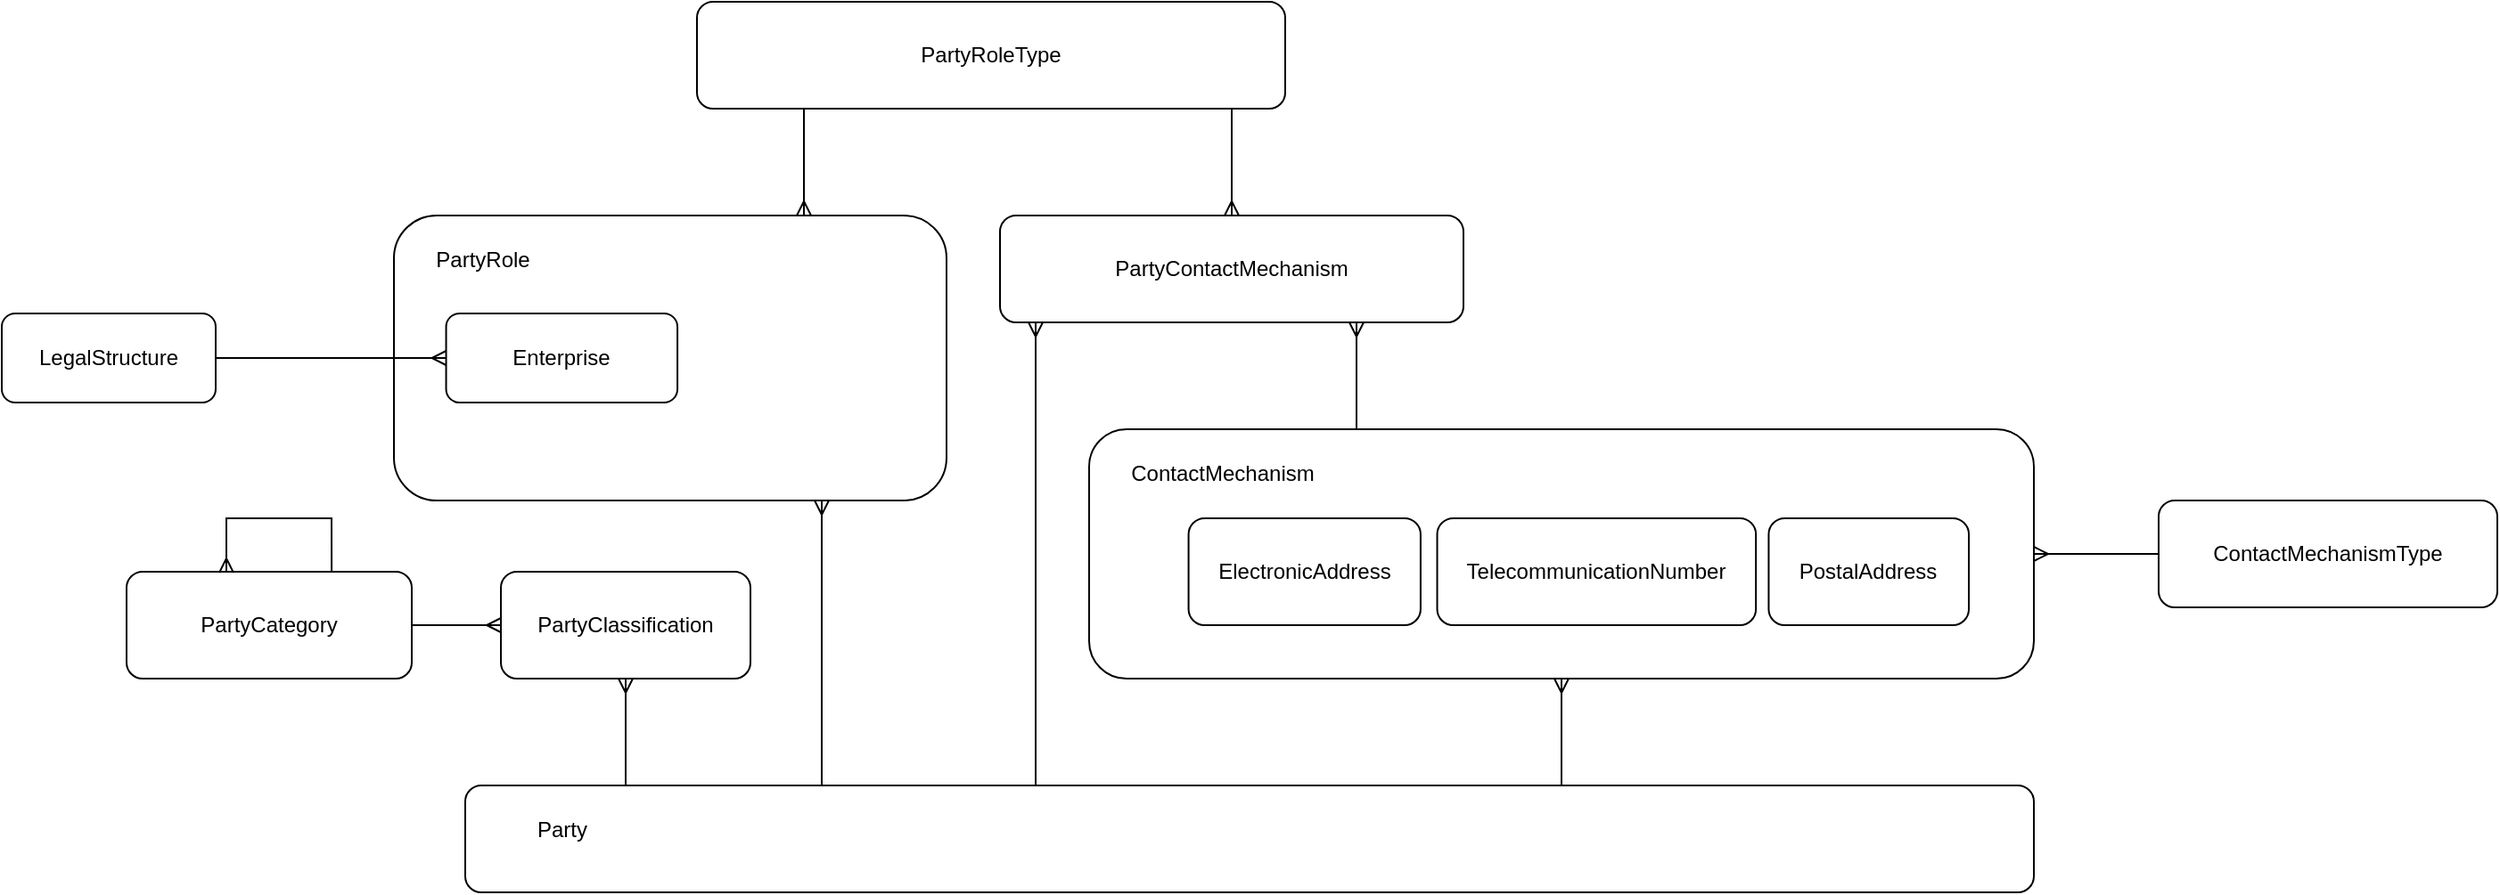
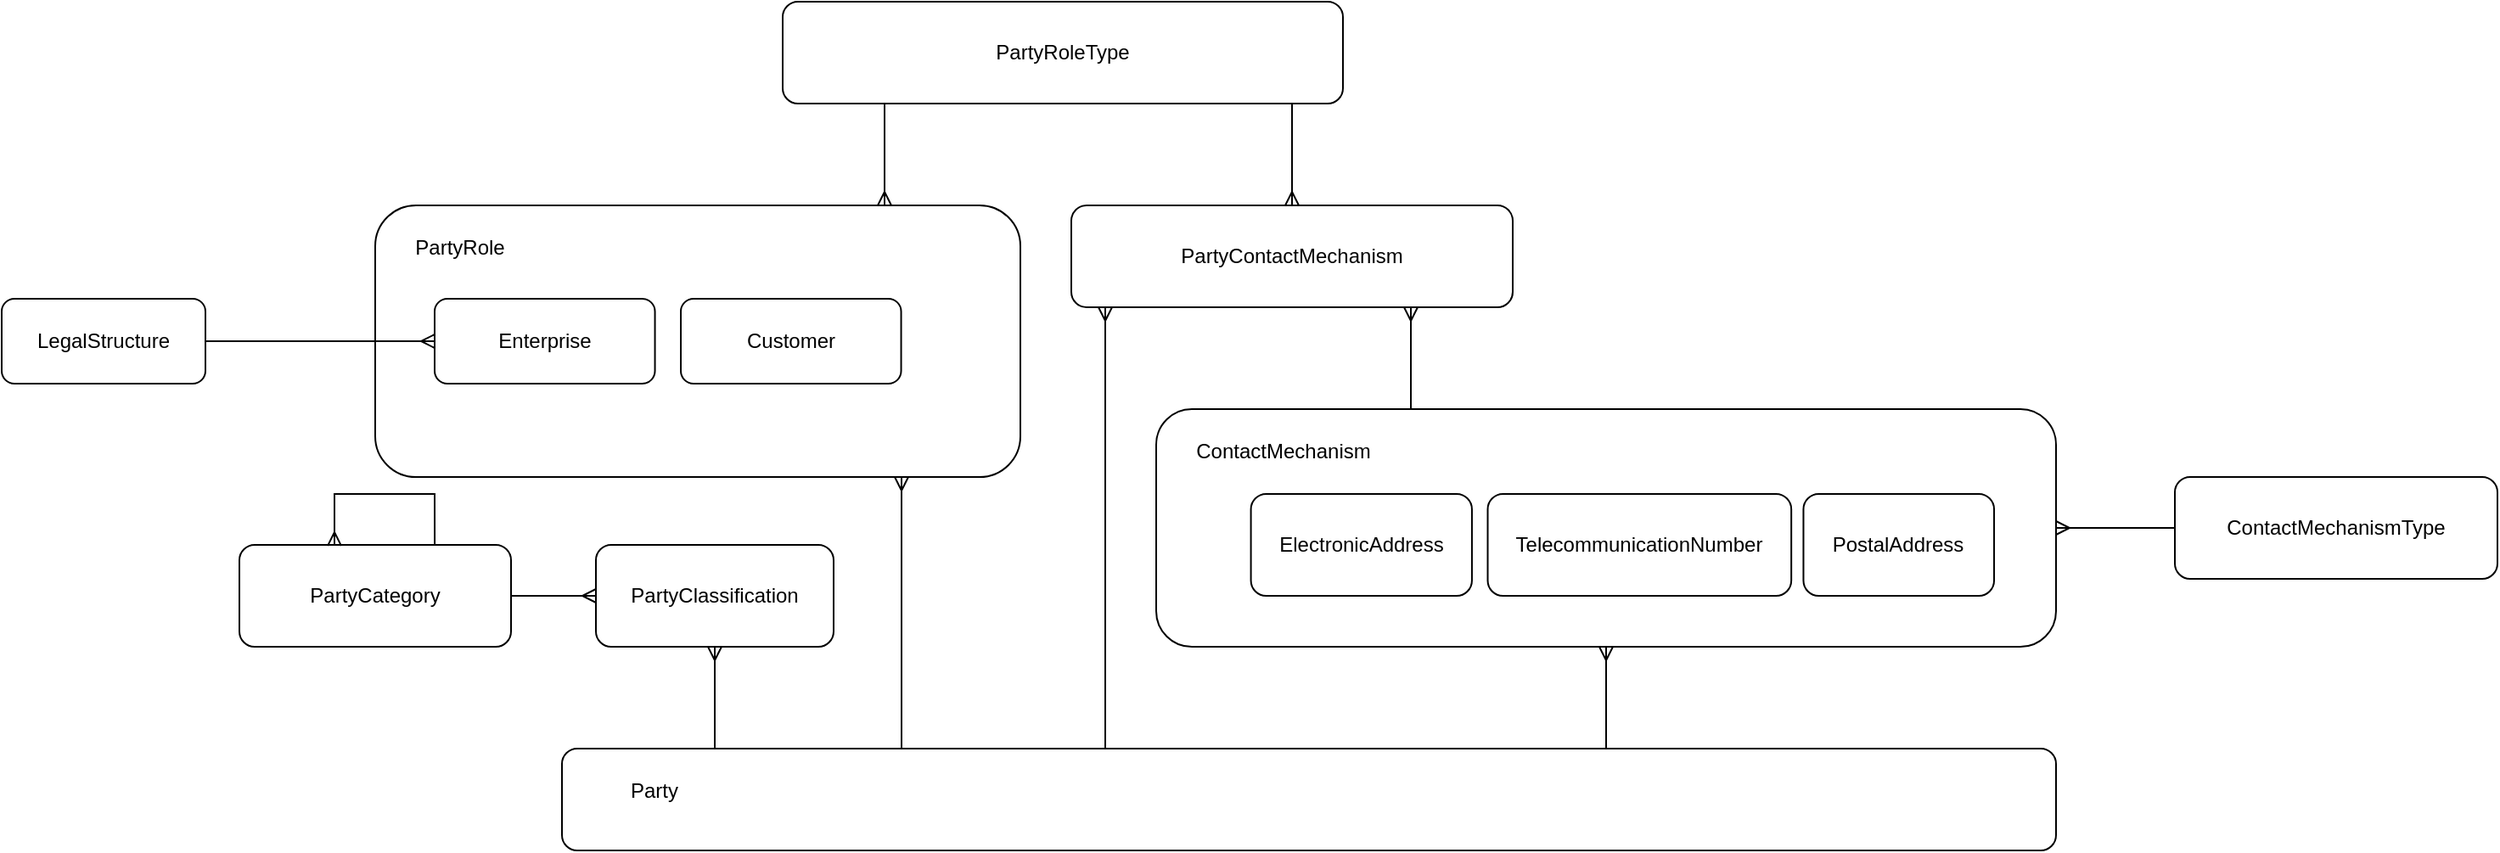
<mxfile host="app.diagrams.net" agent="Mozilla/5.0 (Windows NT 10.0; Win64; x64) AppleWebKit/537.36 (KHTML, like Gecko) Chrome/141.0.0.0 Safari/537.36" version="28.2.9">
  <diagram name="Page-1" id="d0nJ6Fx9cUZLMqGtfM0H">
-     <mxGraphModel dx="2076" dy="1832" grid="1" gridSize="10" guides="1" tooltips="1" connect="1" arrows="1" fold="1" page="1" pageScale="1" pageWidth="850" pageHeight="1100" math="0" shadow="0">
+     <mxGraphModel dx="2339" dy="1989" grid="1" gridSize="10" guides="1" tooltips="1" connect="1" arrows="1" fold="1" page="1" pageScale="1" pageWidth="850" pageHeight="1100" math="0" shadow="0">
      <root>
        <mxCell id="0" />
        <mxCell id="1" parent="0" />
        <mxCell id="tdPrWEJd15tEannaNgth-4" style="edgeStyle=orthogonalEdgeStyle;rounded=0;orthogonalLoop=1;jettySize=auto;html=1;startArrow=ERmany;startFill=0;endArrow=none;endFill=0;" edge="1" parent="1" source="tdPrWEJd15tEannaNgth-2" target="tdPrWEJd15tEannaNgth-3">
          <mxGeometry relative="1" as="geometry" />
        </mxCell>
        <mxCell id="tdPrWEJd15tEannaNgth-3" value="ContactMechanismType" style="rounded=1;whiteSpace=wrap;html=1;" vertex="1" parent="1">
          <mxGeometry x="600" y="250" width="190" height="60" as="geometry" />
        </mxCell>
        <mxCell id="tdPrWEJd15tEannaNgth-13" value="PartyRoleType" style="rounded=1;whiteSpace=wrap;html=1;" vertex="1" parent="1">
          <mxGeometry x="-220" y="-30" width="330" height="60" as="geometry" />
        </mxCell>
        <mxCell id="tdPrWEJd15tEannaNgth-14" style="edgeStyle=orthogonalEdgeStyle;rounded=0;orthogonalLoop=1;jettySize=auto;html=1;startArrow=ERmany;startFill=0;endArrow=none;endFill=0;" edge="1" parent="1" source="tdPrWEJd15tEannaNgth-15" target="tdPrWEJd15tEannaNgth-13">
          <mxGeometry relative="1" as="geometry">
            <mxPoint x="730" y="420" as="sourcePoint" />
            <mxPoint x="730" y="340" as="targetPoint" />
            <Array as="points">
              <mxPoint x="50" y="20" />
              <mxPoint x="50" y="20" />
            </Array>
          </mxGeometry>
        </mxCell>
        <mxCell id="tdPrWEJd15tEannaNgth-15" value="PartyContactMechanism" style="rounded=1;whiteSpace=wrap;html=1;" vertex="1" parent="1">
          <mxGeometry x="-50" y="90" width="260" height="60" as="geometry" />
        </mxCell>
        <mxCell id="tdPrWEJd15tEannaNgth-18" style="edgeStyle=orthogonalEdgeStyle;rounded=0;orthogonalLoop=1;jettySize=auto;html=1;startArrow=ERmany;startFill=0;endArrow=none;endFill=0;" edge="1" parent="1" source="tdPrWEJd15tEannaNgth-15">
          <mxGeometry relative="1" as="geometry">
            <mxPoint x="-30.00117647058829" y="130" as="sourcePoint" />
            <mxPoint x="-30.00117647058829" y="410" as="targetPoint" />
            <Array as="points">
              <mxPoint x="-30" y="210" />
              <mxPoint x="-30" y="210" />
            </Array>
          </mxGeometry>
        </mxCell>
        <mxCell id="tdPrWEJd15tEannaNgth-19" value="" style="group" vertex="1" connectable="0" parent="1">
          <mxGeometry y="210" width="530" height="140" as="geometry" />
        </mxCell>
        <mxCell id="tdPrWEJd15tEannaNgth-2" value="" style="rounded=1;whiteSpace=wrap;html=1;" vertex="1" parent="tdPrWEJd15tEannaNgth-19">
          <mxGeometry width="530" height="140" as="geometry" />
        </mxCell>
        <mxCell id="tdPrWEJd15tEannaNgth-5" value="ElectronicAddress" style="rounded=1;whiteSpace=wrap;html=1;" vertex="1" parent="tdPrWEJd15tEannaNgth-19">
          <mxGeometry x="55.78947368421052" y="50" width="130.17543859649123" height="60" as="geometry" />
        </mxCell>
        <mxCell id="tdPrWEJd15tEannaNgth-6" value="TelecommunicationNumber" style="rounded=1;whiteSpace=wrap;html=1;" vertex="1" parent="tdPrWEJd15tEannaNgth-19">
          <mxGeometry x="195.26315789473682" y="50" width="178.81456140350878" height="60" as="geometry" />
        </mxCell>
        <mxCell id="tdPrWEJd15tEannaNgth-7" value="ContactMechanism" style="text;html=1;whiteSpace=wrap;strokeColor=none;fillColor=none;align=center;verticalAlign=middle;rounded=0;" vertex="1" parent="tdPrWEJd15tEannaNgth-19">
          <mxGeometry x="27.896882591093107" y="10" width="94.41295546558705" height="30" as="geometry" />
        </mxCell>
        <mxCell id="tdPrWEJd15tEannaNgth-8" value="PostalAddress" style="rounded=1;whiteSpace=wrap;html=1;" vertex="1" parent="tdPrWEJd15tEannaNgth-19">
          <mxGeometry x="381.2280701754386" y="50" width="112.29491228070175" height="60" as="geometry" />
        </mxCell>
        <mxCell id="tdPrWEJd15tEannaNgth-20" style="edgeStyle=orthogonalEdgeStyle;rounded=0;orthogonalLoop=1;jettySize=auto;html=1;startArrow=ERmany;startFill=0;endArrow=none;endFill=0;" edge="1" parent="1" source="tdPrWEJd15tEannaNgth-15" target="tdPrWEJd15tEannaNgth-2">
          <mxGeometry relative="1" as="geometry">
            <mxPoint x="370" y="120" as="sourcePoint" />
            <mxPoint x="370" y="430" as="targetPoint" />
            <Array as="points">
              <mxPoint x="150" y="160" />
              <mxPoint x="150" y="160" />
            </Array>
          </mxGeometry>
        </mxCell>
        <mxCell id="tdPrWEJd15tEannaNgth-21" style="edgeStyle=orthogonalEdgeStyle;rounded=0;orthogonalLoop=1;jettySize=auto;html=1;startArrow=ERmany;startFill=0;endArrow=none;endFill=0;" edge="1" parent="1" source="tdPrWEJd15tEannaNgth-2" target="tdPrWEJd15tEannaNgth-1">
          <mxGeometry relative="1" as="geometry">
            <mxPoint x="240" y="400" as="sourcePoint" />
            <mxPoint x="240" y="470" as="targetPoint" />
            <Array as="points">
              <mxPoint x="305" y="420" />
              <mxPoint x="305" y="420" />
            </Array>
          </mxGeometry>
        </mxCell>
        <mxCell id="tdPrWEJd15tEannaNgth-22" value="LegalStructure" style="rounded=1;whiteSpace=wrap;html=1;" vertex="1" parent="1">
-           <mxGeometry x="-610" y="145" width="120" height="50" as="geometry" />
+           <mxGeometry x="-680" y="145" width="120" height="50" as="geometry" />
        </mxCell>
        <mxCell id="tdPrWEJd15tEannaNgth-27" value="PartyClassification" style="rounded=1;whiteSpace=wrap;html=1;" vertex="1" parent="1">
          <mxGeometry x="-330" y="290" width="140" height="60" as="geometry" />
        </mxCell>
        <mxCell id="tdPrWEJd15tEannaNgth-28" value="PartyCategory" style="rounded=1;whiteSpace=wrap;html=1;" vertex="1" parent="1">
          <mxGeometry x="-540" y="290" width="160" height="60" as="geometry" />
        </mxCell>
        <mxCell id="tdPrWEJd15tEannaNgth-31" style="edgeStyle=orthogonalEdgeStyle;rounded=0;orthogonalLoop=1;jettySize=auto;html=1;startArrow=ERmany;startFill=0;endArrow=none;endFill=0;" edge="1" parent="1" source="tdPrWEJd15tEannaNgth-27" target="tdPrWEJd15tEannaNgth-1">
          <mxGeometry relative="1" as="geometry">
            <mxPoint x="-260" y="180" as="sourcePoint" />
            <mxPoint x="-260" y="250" as="targetPoint" />
            <Array as="points">
              <mxPoint x="-260" y="370" />
              <mxPoint x="-260" y="370" />
            </Array>
          </mxGeometry>
        </mxCell>
        <mxCell id="tdPrWEJd15tEannaNgth-32" style="edgeStyle=orthogonalEdgeStyle;rounded=0;orthogonalLoop=1;jettySize=auto;html=1;startArrow=ERmany;startFill=0;endArrow=none;endFill=0;" edge="1" parent="1" source="tdPrWEJd15tEannaNgth-27" target="tdPrWEJd15tEannaNgth-28">
          <mxGeometry relative="1" as="geometry">
            <mxPoint x="-230" y="200" as="sourcePoint" />
            <mxPoint x="-230" y="270" as="targetPoint" />
            <Array as="points" />
          </mxGeometry>
        </mxCell>
        <mxCell id="tdPrWEJd15tEannaNgth-33" style="edgeStyle=orthogonalEdgeStyle;rounded=0;orthogonalLoop=1;jettySize=auto;html=1;startArrow=ERmany;startFill=0;endArrow=none;endFill=0;exitX=0.35;exitY=0.009;exitDx=0;exitDy=0;exitPerimeter=0;entryX=0.719;entryY=0;entryDx=0;entryDy=0;entryPerimeter=0;" edge="1" parent="1" source="tdPrWEJd15tEannaNgth-28" target="tdPrWEJd15tEannaNgth-28">
          <mxGeometry relative="1" as="geometry">
            <mxPoint x="-485" y="280" as="sourcePoint" />
            <mxPoint x="-425" y="280" as="targetPoint" />
            <Array as="points">
              <mxPoint x="-484" y="260" />
              <mxPoint x="-425" y="260" />
            </Array>
          </mxGeometry>
        </mxCell>
        <mxCell id="tdPrWEJd15tEannaNgth-35" value="" style="rounded=1;whiteSpace=wrap;html=1;" vertex="1" parent="1">
-           <mxGeometry x="-390" y="90" width="310" height="160" as="geometry" />
+           <mxGeometry x="-460" y="90" width="380" height="160" as="geometry" />
        </mxCell>
        <mxCell id="tdPrWEJd15tEannaNgth-37" style="edgeStyle=orthogonalEdgeStyle;rounded=0;orthogonalLoop=1;jettySize=auto;html=1;startArrow=ERmany;startFill=0;endArrow=none;endFill=0;" edge="1" parent="1" source="tdPrWEJd15tEannaNgth-35" target="tdPrWEJd15tEannaNgth-1">
          <mxGeometry relative="1" as="geometry">
            <mxPoint x="-130" y="350" as="sourcePoint" />
            <mxPoint x="-130" y="420" as="targetPoint" />
            <Array as="points">
              <mxPoint x="-150" y="260" />
              <mxPoint x="-150" y="260" />
            </Array>
          </mxGeometry>
        </mxCell>
        <mxCell id="tdPrWEJd15tEannaNgth-38" style="edgeStyle=orthogonalEdgeStyle;rounded=0;orthogonalLoop=1;jettySize=auto;html=1;startArrow=ERmany;startFill=0;endArrow=none;endFill=0;" edge="1" parent="1" source="tdPrWEJd15tEannaNgth-35" target="tdPrWEJd15tEannaNgth-13">
          <mxGeometry relative="1" as="geometry">
            <mxPoint x="-150" y="160" as="sourcePoint" />
            <mxPoint x="-150" y="10" as="targetPoint" />
            <Array as="points">
              <mxPoint x="-160" y="50" />
              <mxPoint x="-160" y="50" />
            </Array>
          </mxGeometry>
        </mxCell>
        <mxCell id="tdPrWEJd15tEannaNgth-1" value="" style="rounded=1;whiteSpace=wrap;html=1;" vertex="1" parent="1">
          <mxGeometry x="-350" y="410" width="880" height="60" as="geometry" />
        </mxCell>
        <mxCell id="tdPrWEJd15tEannaNgth-9" value="Party" style="text;html=1;whiteSpace=wrap;strokeColor=none;fillColor=none;align=center;verticalAlign=middle;rounded=0;" vertex="1" parent="1">
          <mxGeometry x="-336.46153846153845" y="420" width="81.23076923076923" height="30" as="geometry" />
        </mxCell>
        <mxCell id="tdPrWEJd15tEannaNgth-17" value="Enterprise" style="rounded=1;whiteSpace=wrap;html=1;" vertex="1" parent="1">
-           <mxGeometry x="-360.72999999999996" y="145" width="129.77" height="50" as="geometry" />
+           <mxGeometry x="-424.99999999999994" y="145" width="129.77" height="50" as="geometry" />
        </mxCell>
        <mxCell id="tdPrWEJd15tEannaNgth-40" value="PartyRole" style="text;html=1;whiteSpace=wrap;strokeColor=none;fillColor=none;align=center;verticalAlign=middle;rounded=0;" vertex="1" parent="1">
-           <mxGeometry x="-370" y="100" width="60" height="30" as="geometry" />
+           <mxGeometry x="-440" y="100" width="60" height="30" as="geometry" />
        </mxCell>
        <mxCell id="tdPrWEJd15tEannaNgth-42" style="edgeStyle=orthogonalEdgeStyle;rounded=0;orthogonalLoop=1;jettySize=auto;html=1;startArrow=ERmany;startFill=0;endArrow=none;endFill=0;" edge="1" parent="1" source="tdPrWEJd15tEannaNgth-17" target="tdPrWEJd15tEannaNgth-22">
          <mxGeometry relative="1" as="geometry">
            <mxPoint x="-90" y="310" as="sourcePoint" />
            <mxPoint x="-90" y="470" as="targetPoint" />
            <Array as="points" />
          </mxGeometry>
        </mxCell>
+         <mxCell id="tdPrWEJd15tEannaNgth-43" value="Customer" style="rounded=1;whiteSpace=wrap;html=1;" vertex="1" parent="1">
+           <mxGeometry x="-280" y="145" width="129.77" height="50" as="geometry" />
+         </mxCell>
      </root>
    </mxGraphModel>
  </diagram>
</mxfile>
